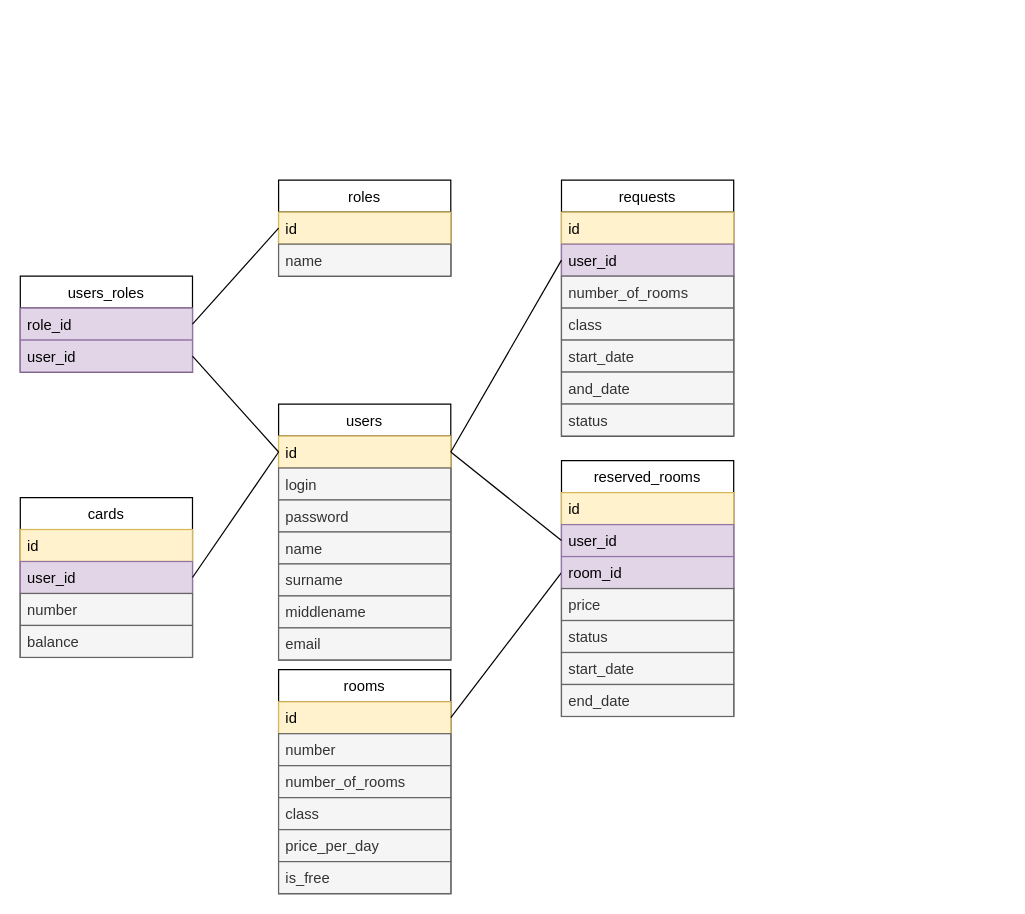
This-is-warnings/HotelReservationAPI keeps this draw.io diagram as sql/HotelReservation.drawio. Above is the earlier version. Source tidied: cells renumbered, new cells numbered last; positions are measured from the earlier drawing's top-left corner, leaving out a move shared by most shapes. Both pictures are drawn from the tidied source at 123%, with x=0, y=0 at pixel (20, 180).
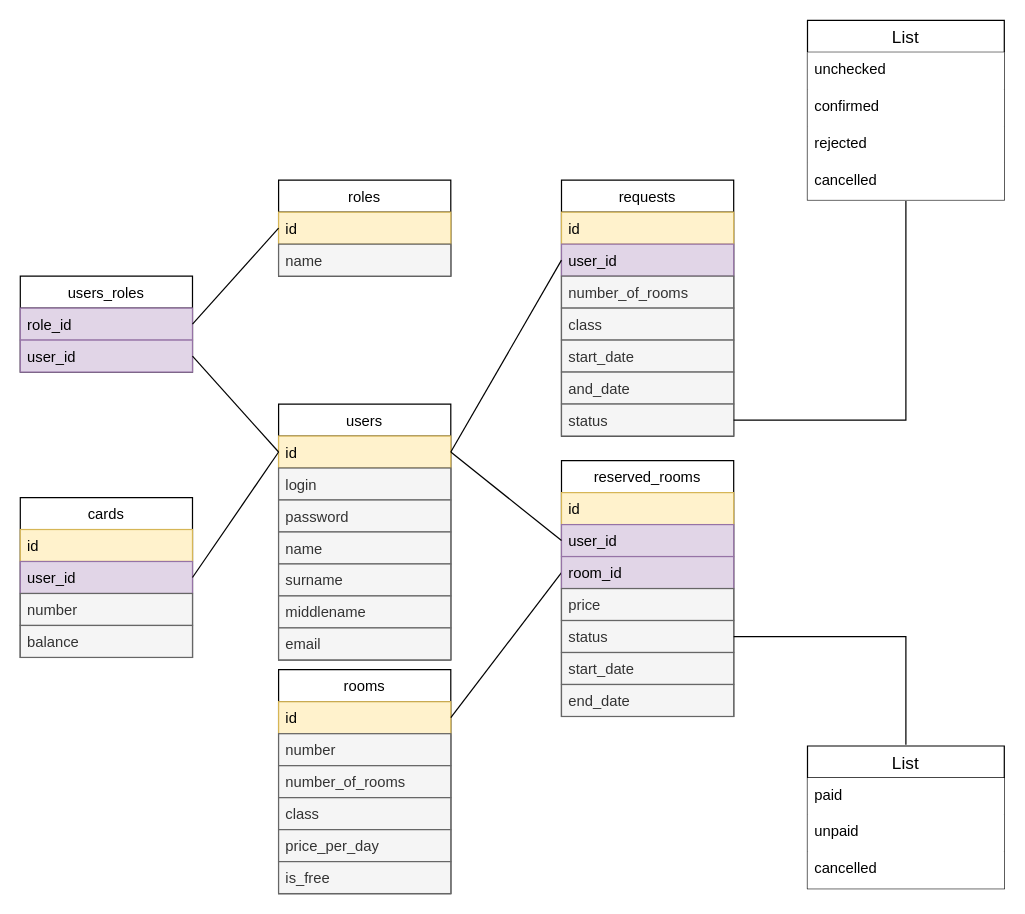
Above is the later version.

Commit message:
possible statuses are indicated

Unchanged cells that the change refers to:
```xml
<mxCell id="24" value="status" style="text;strokeColor=#666666;fillColor=#f5f5f5;align=left;verticalAlign=top;spacingLeft=4;spacingRight=4;overflow=hidden;points=[[0,0.5],[1,0.5]];portConstraint=eastwest;fontColor=#333333;" parent="17" vertex="1">
  <mxGeometry y="182" width="140" height="26" as="geometry" />
</mxCell>
<mxCell id="46" value="status" style="text;align=left;verticalAlign=top;spacingLeft=4;spacingRight=4;overflow=hidden;points=[[0,0.5],[1,0.5]];portConstraint=eastwest;fillColor=#f5f5f5;fontColor=#333333;strokeColor=#666666;" parent="41" vertex="1">
  <mxGeometry y="130" width="140" height="26" as="geometry" />
</mxCell>
```

The edit, as a diff of the source:
```diff
@@
+    <mxCell id="50" value="List" style="swimlane;fontStyle=0;horizontal=1;startSize=26;align=center;fontSize=14;rounded=0;swimlaneLine=1;perimeterSpacing=1;" parent="1" vertex="1">
+      <mxGeometry x="640" y="-130" width="160" height="146" as="geometry" />
+    </mxCell>
+    <mxCell id="51" value="unchecked" style="text;spacingLeft=4;spacingRight=4;overflow=hidden;fontSize=12;fillColor=#ffffff;" parent="50" vertex="1">
+      <mxGeometry y="26" width="160" height="30" as="geometry" />
+    </mxCell>
+    <mxCell id="52" value="confirmed" style="text;strokeColor=none;spacingLeft=4;spacingRight=4;overflow=hidden;fontSize=12;fillColor=#ffffff;" parent="50" vertex="1">
+      <mxGeometry y="56" width="160" height="30" as="geometry" />
+    </mxCell>
+    <mxCell id="53" value="rejected" style="text;strokeColor=none;spacingLeft=4;spacingRight=4;overflow=hidden;fontSize=12;fillColor=#ffffff;" parent="50" vertex="1">
+      <mxGeometry y="86" width="160" height="30" as="geometry" />
+    </mxCell>
+    <mxCell id="54" value="cancelled" style="text;strokeColor=none;spacingLeft=4;spacingRight=4;overflow=hidden;fontSize=12;fillColor=#ffffff;" parent="50" vertex="1">
+      <mxGeometry y="116" width="160" height="30" as="geometry" />
+    </mxCell>
+    <mxCell id="55" style="endArrow=none;html=1;rounded=0;entryX=1;entryY=0.5;entryDx=0;entryDy=0;exitX=0.5;exitY=1;exitDx=0;exitDy=0;" parent="1" edge="1" source="50" target="24">
+      <mxGeometry relative="1" as="geometry">
+        <Array as="points">
+          <mxPoint x="720" y="195" />
+        </Array>
+      </mxGeometry>
+    </mxCell>
+    <mxCell id="56" value="List" style="swimlane;fontStyle=0;horizontal=1;startSize=26;align=center;fontSize=14;rounded=0;swimlaneLine=1;perimeterSpacing=1;" parent="1" vertex="1">
+      <mxGeometry x="640" y="460" width="160" height="116" as="geometry" />
+    </mxCell>
+    <mxCell id="57" value="paid" style="text;spacingLeft=4;spacingRight=4;overflow=hidden;fontSize=12;fillColor=#ffffff;" parent="56" vertex="1">
+      <mxGeometry y="26" width="160" height="30" as="geometry" />
+    </mxCell>
+    <mxCell id="58" value="unpaid" style="text;strokeColor=none;spacingLeft=4;spacingRight=4;overflow=hidden;fontSize=12;fillColor=#ffffff;" parent="56" vertex="1">
+      <mxGeometry y="56" width="160" height="30" as="geometry" />
+    </mxCell>
+    <mxCell id="59" value="cancelled" style="text;strokeColor=none;spacingLeft=4;spacingRight=4;overflow=hidden;fontSize=12;fillColor=#ffffff;" parent="56" vertex="1">
+      <mxGeometry y="86" width="160" height="30" as="geometry" />
+    </mxCell>
+    <mxCell id="60" style="endArrow=none;html=1;rounded=0;entryX=1;entryY=0.5;entryDx=0;entryDy=0;exitX=0.5;exitY=0;exitDx=0;exitDy=0;" parent="1" edge="1" source="56" target="46">
+      <mxGeometry relative="1" as="geometry">
+        <Array as="points">
+          <mxPoint x="720" y="371" />
+        </Array>
+      </mxGeometry>
+    </mxCell>
```
